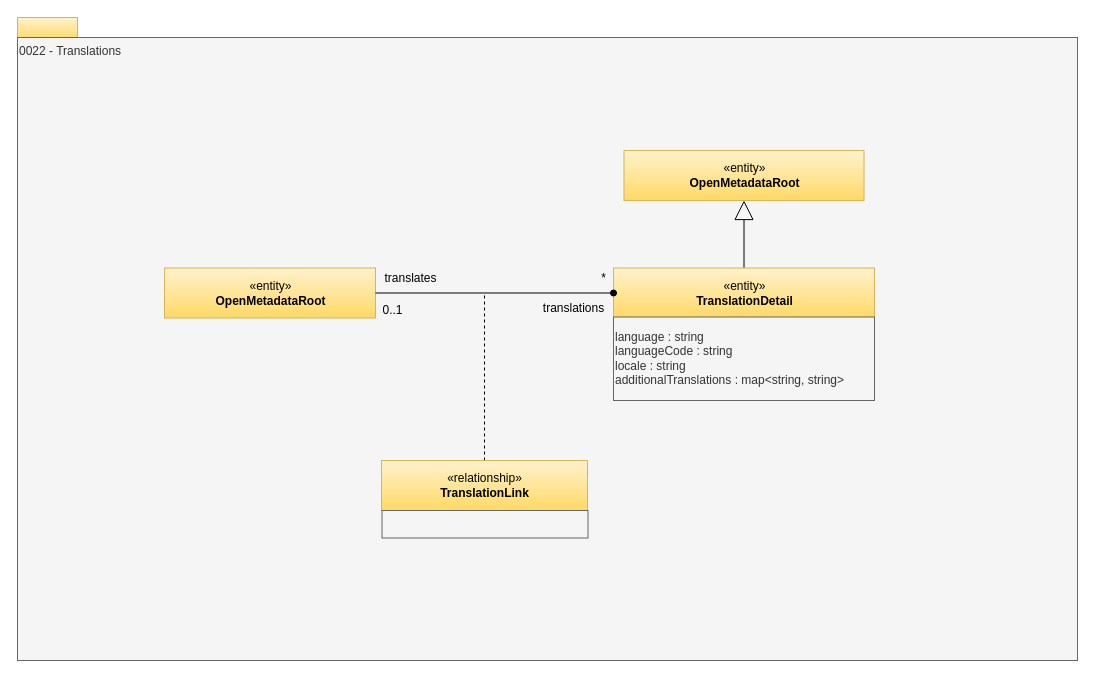
The draw.io diagram page "0022-Translations" (17 of 32) of site/docs/types/0/area-0-basic-types-and-infrastructure.drawio in odpi/egeria-docs, before the edit. Source tidied: cells renumbered, new cells numbered last; positions are measured from the earlier drawing's top-left corner, leaving out a move shared by most shapes. Both pictures are drawn from the tidied source at 100%, with x=0, y=0 at pixel (17, 17).
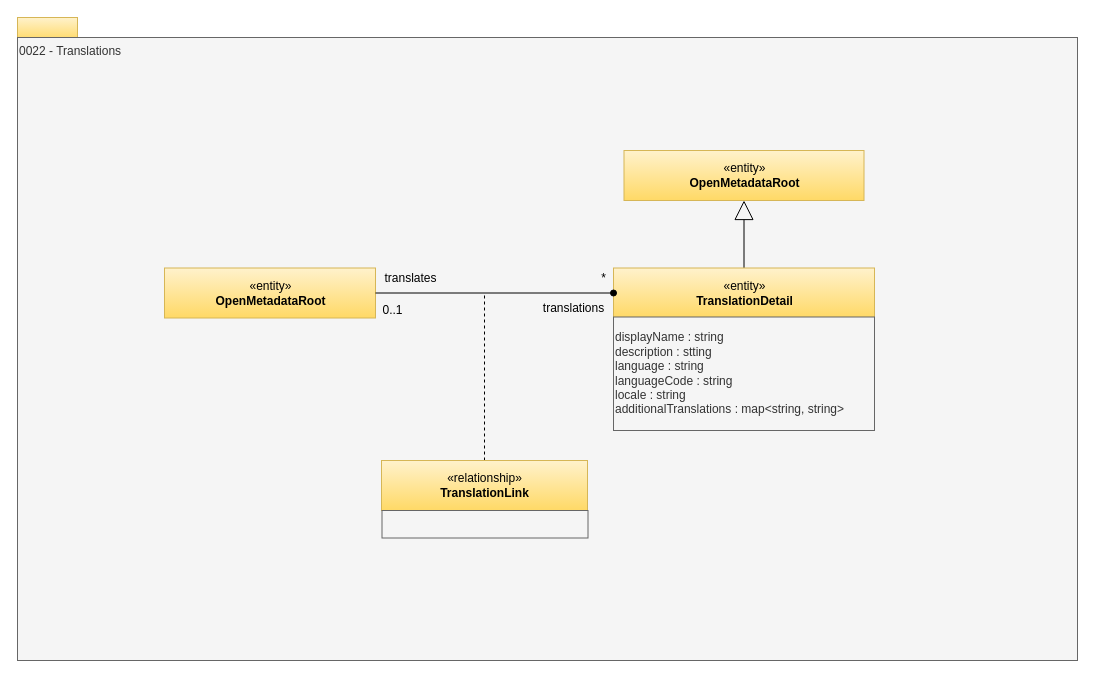
The same page after the edit.

Diff of the diagram source:
```diff
@@
 <mxGraphModel>
   <root>
     <mxCell id="0" />
     <mxCell id="1" parent="0" />
     <mxCell id="2" style="rounded=0;whiteSpace=wrap;html=1;align=left;fillColor=#fff2cc;strokeColor=#d6b656;gradientColor=#ffd966;" parent="1" vertex="1">
       <mxGeometry width="60" height="23" as="geometry" />
     </mxCell>
     <mxCell id="3" value="0022 - Translations" style="rounded=0;whiteSpace=wrap;html=1;align=left;verticalAlign=top;fillColor=#f5f5f5;fontColor=#333333;strokeColor=#666666;" parent="1" vertex="1">
       <mxGeometry y="20" width="1060" height="623" as="geometry" />
     </mxCell>
     <mxCell id="4" value="«entity»&lt;br&gt;&lt;b&gt;OpenMetadataRoot&lt;/b&gt;" style="html=1;strokeColor=#d6b656;align=center;fillColor=#fff2cc;gradientColor=#ffd966;" parent="1" vertex="1">
       <mxGeometry x="147" y="250.5" width="211" height="50" as="geometry" />
     </mxCell>
     <mxCell id="5" style="edgeStyle=orthogonalEdgeStyle;rounded=0;jettySize=auto;html=1;entryX=0.5;entryY=1;entryDx=0;entryDy=0;endArrow=block;endFill=0;endSize=17;" parent="1" edge="1" source="6" target="15">
       <mxGeometry relative="1" as="geometry" />
     </mxCell>
     <mxCell id="6" value="«entity»&lt;br&gt;&lt;b&gt;TranslationDetail&lt;/b&gt;" style="html=1;strokeColor=#d6b656;align=center;fillColor=#fff2cc;gradientColor=#ffd966;" parent="1" vertex="1">
       <mxGeometry x="596" y="250.5" width="261" height="50" as="geometry" />
     </mxCell>
-    <mxCell id="7" value="language : string&lt;br&gt;languageCode : string&lt;br&gt;locale : string&lt;br&gt;additionalTranslations : map&amp;lt;string, string&amp;gt;&lt;br&gt;&lt;div style=&quot;text-align: left&quot;&gt;&lt;/div&gt;" style="rounded=0;whiteSpace=wrap;html=1;strokeColor=#666666;align=left;fillColor=#f5f5f5;fontColor=#333333;" parent="1" vertex="1">
-      <mxGeometry x="596" y="299.5" width="261" height="83.5" as="geometry" />
+    <mxCell id="7" value="displayName : string&lt;div&gt;description : stting&lt;/div&gt;&lt;div&gt;language : string&lt;br&gt;languageCode : string&lt;br&gt;locale : string&lt;br&gt;additionalTranslations : map&amp;lt;string, string&amp;gt;&lt;br&gt;&lt;div style=&quot;text-align: left&quot;&gt;&lt;/div&gt;&lt;/div&gt;" style="rounded=0;whiteSpace=wrap;html=1;strokeColor=#666666;align=left;fillColor=#f5f5f5;fontColor=#333333;" parent="1" vertex="1">
+      <mxGeometry x="596" y="299.5" width="261" height="113.5" as="geometry" />
     </mxCell>
     <mxCell id="8" style="edgeStyle=orthogonalEdgeStyle;rounded=0;html=1;exitX=0.5;exitY=0;dashed=1;endArrow=none;endFill=0;jettySize=auto;exitDx=0;exitDy=0;" parent="1" edge="1" source="9">
       <mxGeometry relative="1" as="geometry">
         <mxPoint x="467" y="277.5" as="targetPoint" />
         <Array as="points">
           <mxPoint x="467" y="433" />
         </Array>
       </mxGeometry>
     </mxCell>
     <mxCell id="9" value="«relationship»&lt;br&gt;&lt;b&gt;TranslationLink&lt;/b&gt;" style="html=1;strokeColor=#d6b656;align=center;fillColor=#fff2cc;gradientColor=#ffd966;" parent="1" vertex="1">
       <mxGeometry x="364" y="443" width="206" height="50" as="geometry" />
     </mxCell>
     <mxCell id="10" style="rounded=0;whiteSpace=wrap;html=1;strokeColor=#666666;align=left;fillColor=#f5f5f5;fontColor=#333333;" parent="1" vertex="1">
       <mxGeometry x="364.5" y="493" width="206" height="27.5" as="geometry" />
     </mxCell>
     <mxCell id="11" value="translates" style="text;html=1;align=center;verticalAlign=top;spacingTop=-4;" parent="1" vertex="1">
       <mxGeometry x="358" y="250.5" width="70" height="20" as="geometry" />
     </mxCell>
     <mxCell id="12" value="*" style="text;html=1;align=center;verticalAlign=top;spacingTop=-4;" parent="1" vertex="1">
       <mxGeometry x="576" y="250.5" width="20" height="20" as="geometry" />
     </mxCell>
     <mxCell id="13" value="0..1" style="text;html=1;align=center;verticalAlign=top;spacingTop=-4;" parent="1" vertex="1">
       <mxGeometry x="355" y="282.5" width="40" height="20" as="geometry" />
     </mxCell>
     <mxCell id="14" value="translations" style="text;html=1;align=center;verticalAlign=top;spacingTop=-4;" parent="1" vertex="1">
       <mxGeometry x="516" y="280.5" width="80" height="20" as="geometry" />
     </mxCell>
     <mxCell id="15" value="«entity»&lt;br&gt;&lt;b&gt;OpenMetadataRoot&lt;/b&gt;" style="html=1;strokeColor=#d6b656;align=center;fillColor=#fff2cc;gradientColor=#ffd966;" parent="1" vertex="1">
       <mxGeometry x="606.5" y="133" width="240" height="50" as="geometry" />
     </mxCell>
     <mxCell id="16" style="edgeStyle=orthogonalEdgeStyle;rounded=0;jettySize=auto;html=1;exitX=1;exitY=0.5;exitDx=0;exitDy=0;endArrow=oval;endFill=1;" parent="1" edge="1" source="4" target="6">
       <mxGeometry relative="1" as="geometry" />
     </mxCell>
   </root>
 </mxGraphModel>
```
